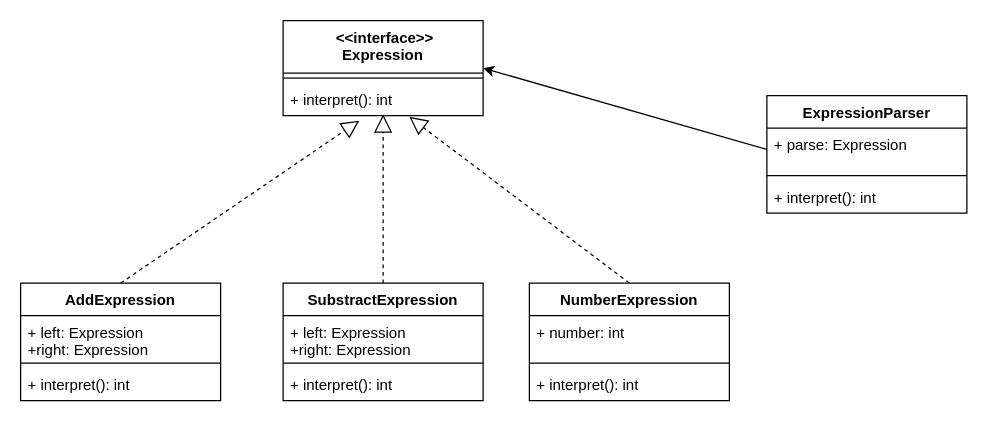
Before: design-pattern/src/main/resources/interpret.drawio in Jackson-zhanganbing/spring-test, a draw.io diagram. Source tidied: cells renumbered, new cells numbered last; positions are measured from the earlier drawing's top-left corner, leaving out a move shared by most shapes. Both pictures are drawn from the tidied source at 125%, with x=0, y=0 at pixel (20, 20).
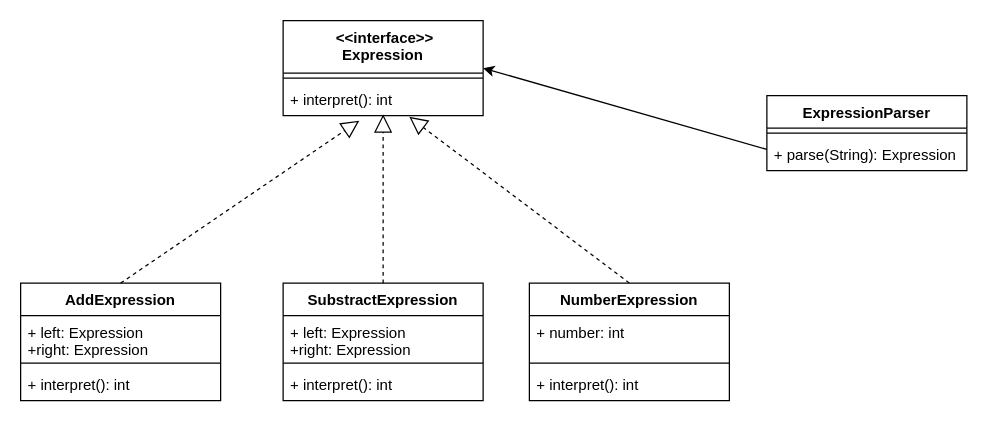
The same diagram, later.

The change refers to these unchanged cells:
```xml
<mxCell id="2" value=" &lt;&lt;interface&gt;&gt;&#10;Expression" style="swimlane;fontStyle=1;align=center;verticalAlign=top;horizontal=1;startSize=42;" parent="1" vertex="1">
  <mxGeometry x="210" width="160" height="76" as="geometry" />
</mxCell>
```

Diff of the diagram source:
```diff
@@
     <mxCell id="20" value="ExpressionParser" style="swimlane;fontStyle=1;align=center;verticalAlign=top;horizontal=1;startSize=26;" parent="1" vertex="1">
-      <mxGeometry x="597" y="60" width="160" height="94" as="geometry" />
+      <mxGeometry x="597" y="60" width="160" height="60" as="geometry" />
     </mxCell>
-    <mxCell id="21" value="+ parse: Expression" style="text;strokeColor=none;fillColor=none;align=left;verticalAlign=top;spacingLeft=4;spacingRight=4;overflow=hidden;points=[[0,0.5],[1,0.5]];portConstraint=eastwest;" parent="20" vertex="1">
-      <mxGeometry y="26" width="160" height="34" as="geometry" />
-    </mxCell>
     <mxCell id="22" style="line;strokeWidth=1;fillColor=none;align=left;verticalAlign=middle;spacingTop=-1;spacingLeft=3;spacingRight=3;labelPosition=right;" parent="20" vertex="1">
-      <mxGeometry y="60" width="160" height="8" as="geometry" />
+      <mxGeometry y="26" width="160" height="8" as="geometry" />
     </mxCell>
-    <mxCell id="23" value="+ interpret(): int" style="text;strokeColor=none;fillColor=none;align=left;verticalAlign=top;spacingLeft=4;spacingRight=4;overflow=hidden;" parent="20" vertex="1">
-      <mxGeometry y="68" width="160" height="26" as="geometry" />
+    <mxCell id="23" value="+ parse(String): Expression" style="text;strokeColor=none;fillColor=none;align=left;verticalAlign=top;spacingLeft=4;spacingRight=4;overflow=hidden;" parent="20" vertex="1">
+      <mxGeometry y="34" width="160" height="26" as="geometry" />
     </mxCell>
-    <mxCell id="24" style="rounded=0;jettySize=auto;html=1;exitX=0;exitY=0.5;exitDx=0;exitDy=0;entryX=1;entryY=0.5;entryDx=0;entryDy=0;" parent="1" edge="1" source="21" target="2">
-      <mxGeometry relative="1" as="geometry" />
+    <mxCell id="24" style="rounded=0;jettySize=auto;html=1;exitX=0;exitY=0.5;exitDx=0;exitDy=0;entryX=1;entryY=0.5;entryDx=0;entryDy=0;" parent="1" edge="1" target="2">
+      <mxGeometry relative="1" as="geometry">
+        <mxPoint x="597" y="103" as="sourcePoint" />
+      </mxGeometry>
     </mxCell>
```
